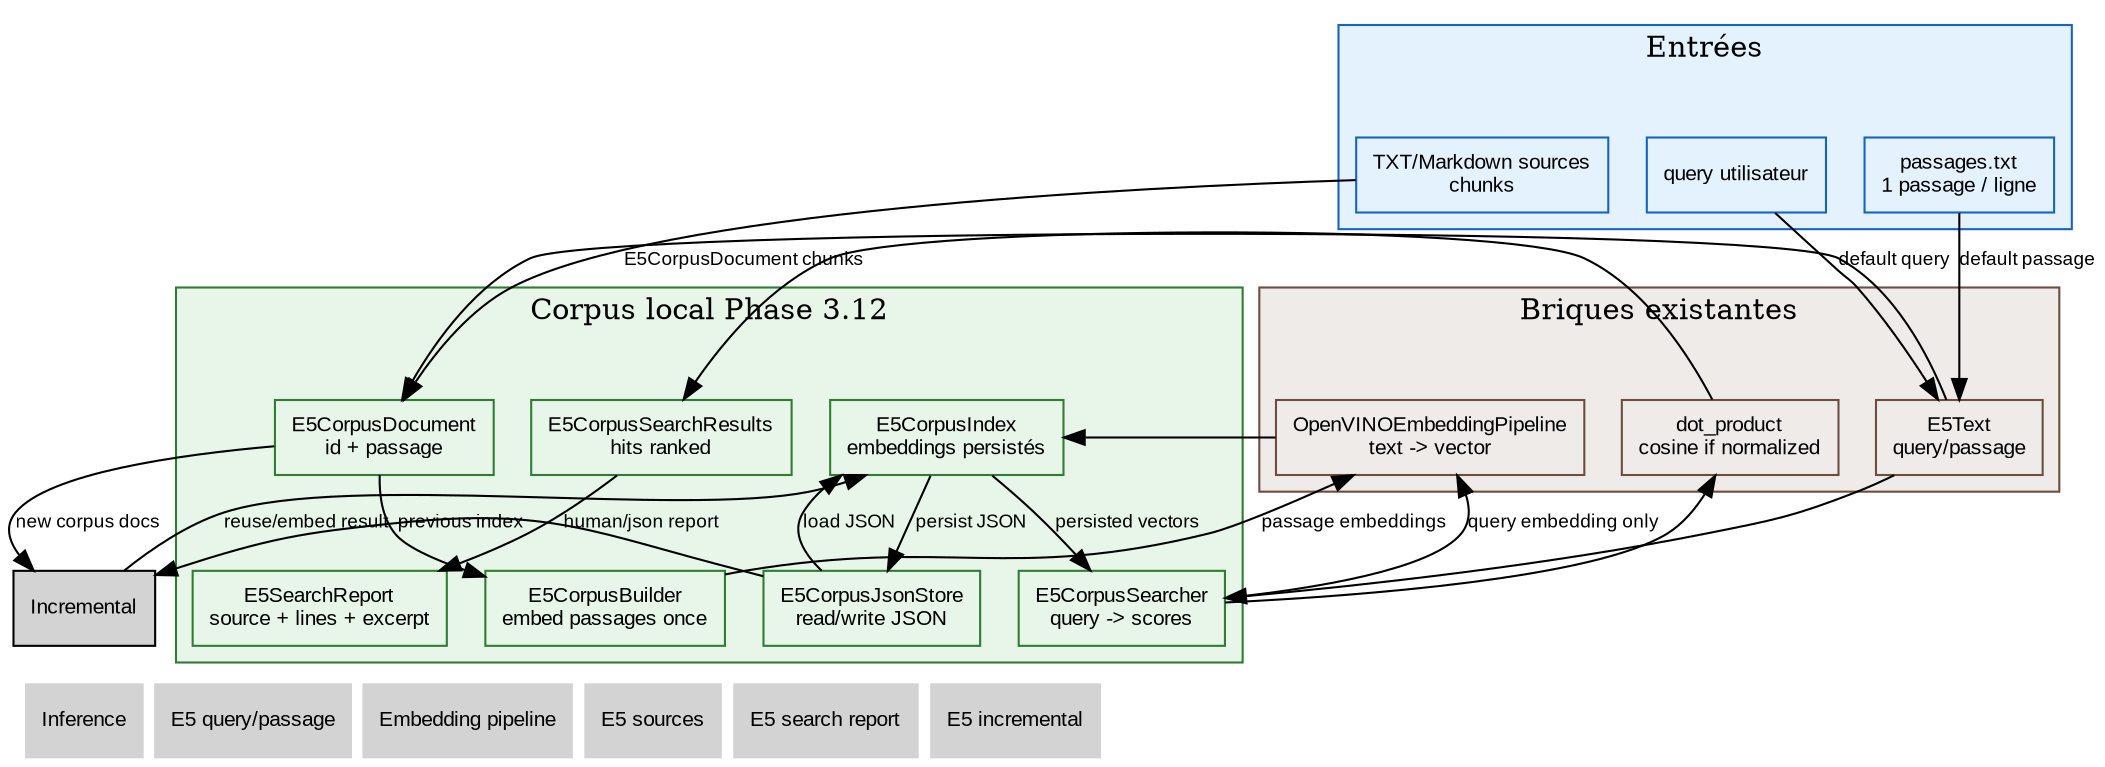
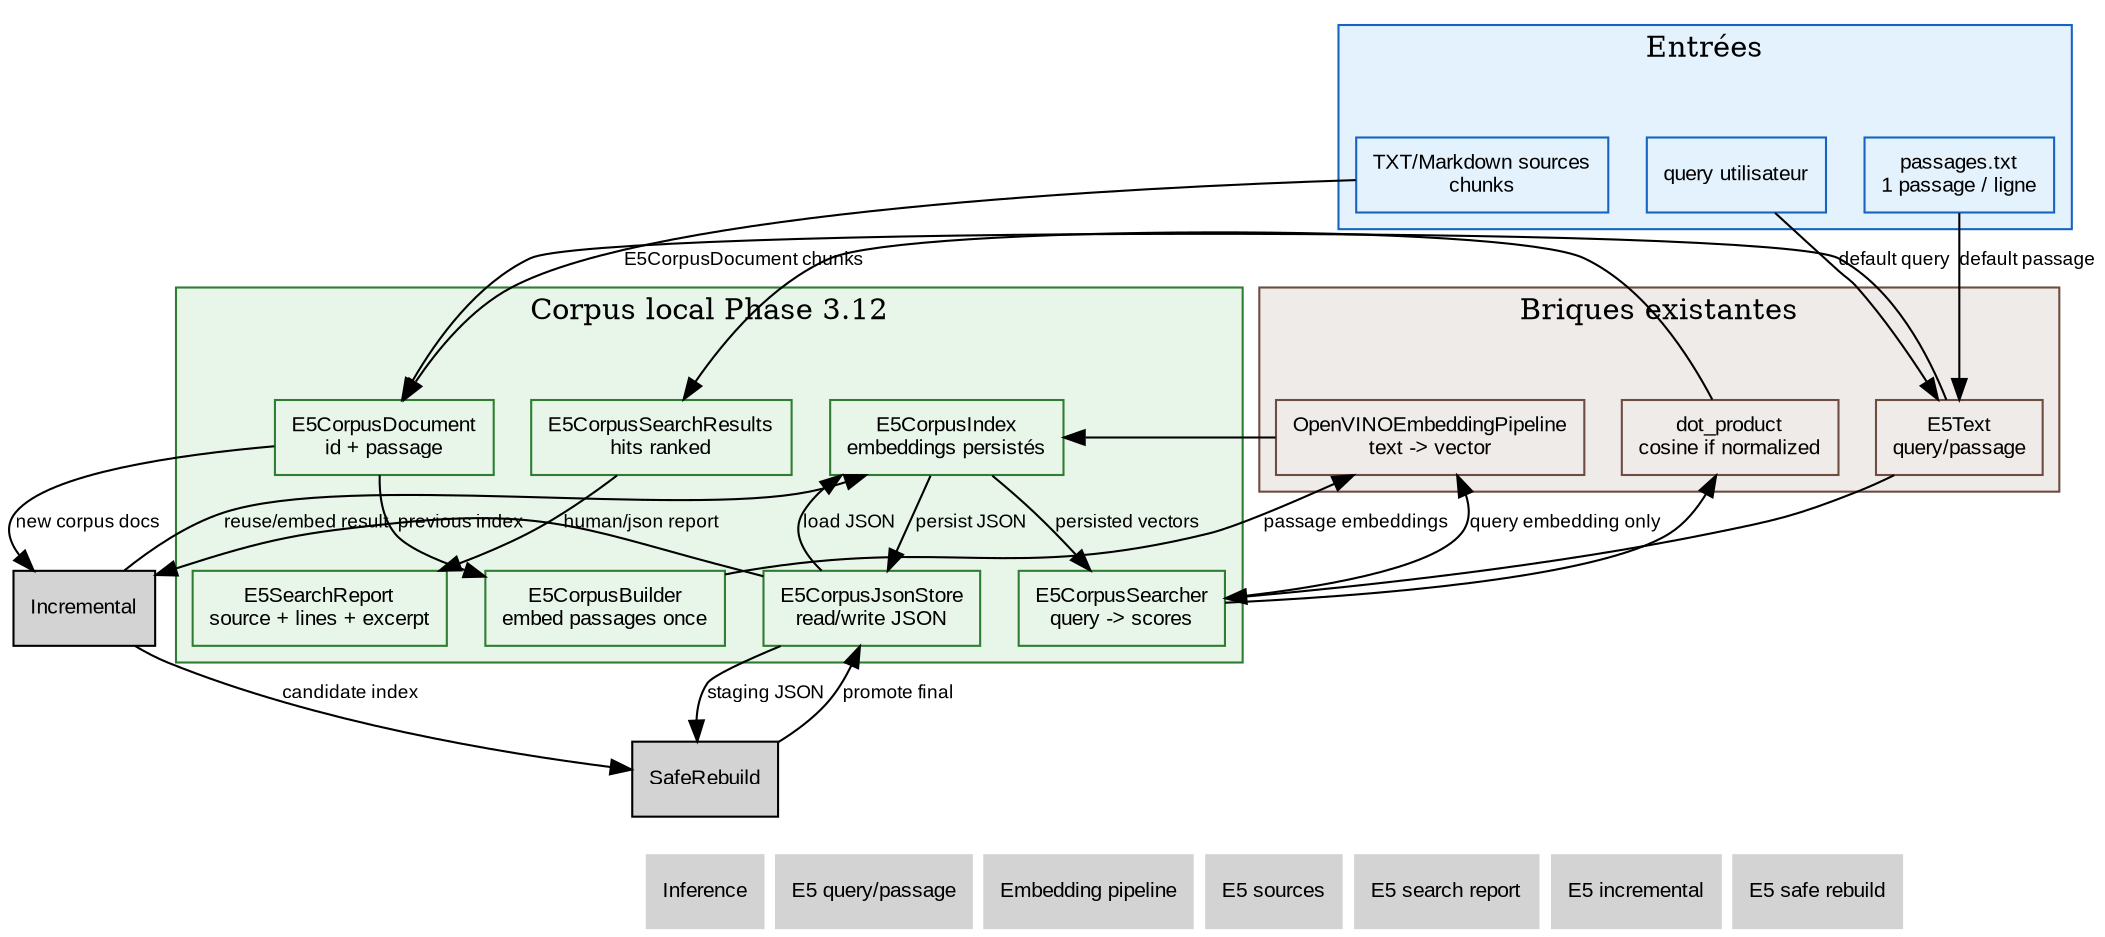
digraph E5Corpus {
    // ROADMAP_ID: inference.e5_corpus
    // ROADMAP_PARENT: inference/40_inference.dot
    // ROADMAP_NOTE[phase3_12]:
    // Le corpus local persiste les embeddings des passages avant Qdrant. Il
    // reste hors Scheduler et sert de banc de test pour query -> index local.
    // ROADMAP_NOTE[phase3_13]:
    // Les passages peuvent maintenant venir de sources TXT/Markdown découpées
    // en chunks avec métadonnées source_path/start_line/end_line.
    // ROADMAP_NOTE[phase3_14]:
    // Les hits sont maintenant projetés vers E5SearchReport pour afficher
    // source, lignes et extrait stable avant Qdrant.
    // ROADMAP_NOTE[phase3_15]:
    // Le corpus peut être reconstruit à partir d'un index précédent avec
    // --reuse-index. Les embeddings inchangés sont repris par hash stable.
+     // ROADMAP_NOTE[phase3_18]:
+     // Le rebuild sûr encapsule reuse-index, staging, validation optionnelle et
+     // promotion finale pour supprimer le mv manuel.

    rankdir=TB;
    node [shape=box, style=filled, fontname="Arial", fontsize=10];
    edge [fontname="Arial", fontsize=9];

    subgraph cluster_inputs {
        label="Entrées";
        color="#1565c0";
        bgcolor="#e3f2fd";
        node [fillcolor="#e3f2fd", color="#1565c0"];
        PassageFile [label="passages.txt\n1 passage / ligne"];
        SourceFiles [label="TXT/Markdown sources\nchunks", URL="51_e5_sources.svg"];
        Query [label="query utilisateur"];
    }

    subgraph cluster_corpus {
        label="Corpus local Phase 3.12";
        color="#2e7d32";
        bgcolor="#e8f5e9";
        node [fillcolor="#e8f5e9", color="#2e7d32"];
        E5Document [label="E5CorpusDocument\nid + passage"];
        Builder [label="E5CorpusBuilder\nembed passages once"];
        Index [label="E5CorpusIndex\nembeddings persistés"];
        Store [label="E5CorpusJsonStore\nread/write JSON"];
        Searcher [label="E5CorpusSearcher\nquery -> scores"];
        Hits [label="E5CorpusSearchResults\nhits ranked"];
        Report [label="E5SearchReport\nsource + lines + excerpt", URL="52_e5_search_report.svg"];
    }

    subgraph cluster_existing {
        label="Briques existantes";
        color="#6d4c41";
        bgcolor="#efebe9";
        node [fillcolor="#efebe9", color="#6d4c41"];
        E5Text [label="E5Text\nquery/passage", URL="49_e5_query_passage.svg"];
        Pipeline [label="OpenVINOEmbeddingPipeline\ntext -> vector", URL="47_openvino_embedding_pipeline.svg"];
        Ranker [label="dot_product\ncosine if normalized", URL="49_e5_query_passage.svg"];
    }

    PassageFile -> E5Text [label="default passage"];
    SourceFiles -> E5Document [label="E5CorpusDocument chunks"];
    E5Text -> E5Document;
    E5Document -> Builder;
    Builder -> Pipeline [label="passage embeddings"];
    Pipeline -> Index;
    Index -> Store [label="persist JSON"];
    Store -> Index [label="load JSON"];
    Store -> Incremental [label="previous index"];
    E5Document -> Incremental [label="new corpus docs"];
    Incremental -> Index [label="reuse/embed result"];
    Query -> E5Text [label="default query"];
    E5Text -> Searcher;
    Searcher -> Pipeline [label="query embedding only"];
    Index -> Searcher [label="persisted vectors"];
    Searcher -> Ranker;
    Ranker -> Hits;
    Hits -> Report [label="human/json report"];
+     Incremental -> SafeRebuild [label="candidate index"];
+     Store -> SafeRebuild [label="staging JSON"];
+     SafeRebuild -> Store [label="promote final"];

    Nav_Inference [label="Inference", shape=plaintext, URL="40_inference.svg"];
    Nav_QueryPassage [label="E5 query/passage", shape=plaintext, URL="49_e5_query_passage.svg"];
    Nav_Pipeline [label="Embedding pipeline", shape=plaintext, URL="47_openvino_embedding_pipeline.svg"];
    Nav_Sources [label="E5 sources", shape=plaintext, URL="51_e5_sources.svg"];
    Nav_Report [label="E5 search report", shape=plaintext, URL="52_e5_search_report.svg"];
    Nav_Incremental [label="E5 incremental", shape=plaintext, URL="53_e5_incremental.svg"];
+     Nav_SafeRebuild [label="E5 safe rebuild", shape=plaintext, URL="56_e5_safe_rebuild.svg"];

-     { rank=sink; Nav_Inference; Nav_QueryPassage; Nav_Pipeline; Nav_Sources; Nav_Report; Nav_Incremental; }
+     { rank=sink; Nav_Inference; Nav_QueryPassage; Nav_Pipeline; Nav_Sources; Nav_Report; Nav_Incremental; Nav_SafeRebuild; }
}
